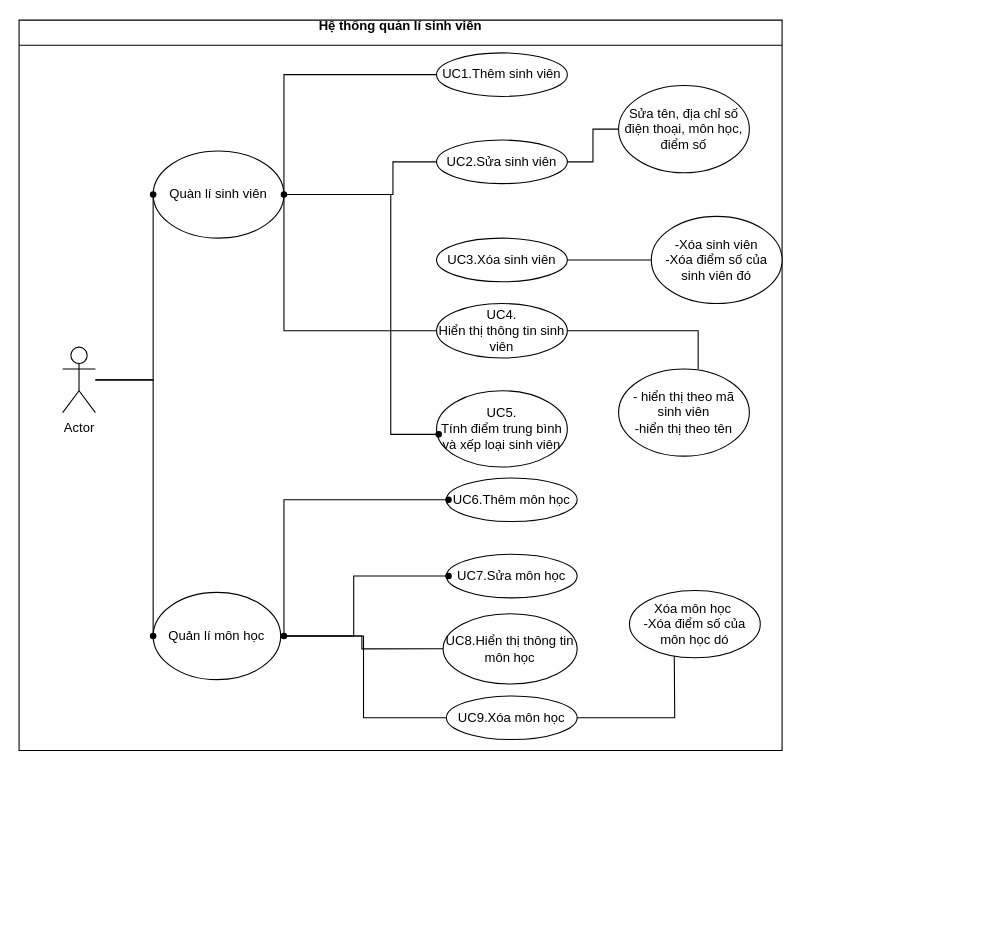
Above: Untitled Diagram.drawio in NguyenMinh1912/test (draw.io), before the change. Source tidied: cells renumbered, new cells numbered last; positions are measured from the earlier drawing's top-left corner, leaving out a move shared by most shapes. Both pictures are drawn from the tidied source at 109%, with x=0, y=0 at pixel (19, 20).
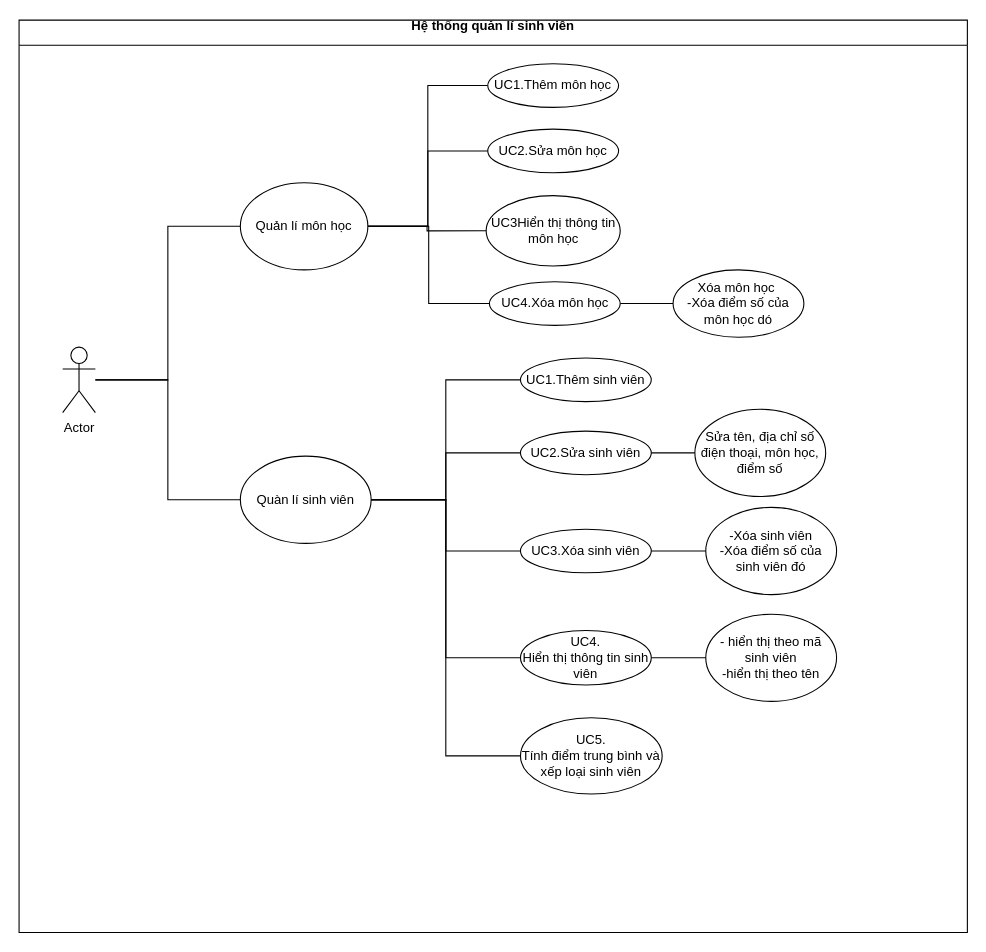
The same page after the edit.

The change refers to these unchanged cells:
```xml
<mxCell id="5" value="Actor" style="shape=umlActor;verticalLabelPosition=bottom;verticalAlign=top;html=1;outlineConnect=0;" parent="2" vertex="1">
  <mxGeometry x="40" y="300" width="30" height="60" as="geometry" />
</mxCell>
```

The edit, as a diff of the source:
```diff
@@
     <mxCell id="2" value="Hệ thống quản lí sinh viên&#10;" style="swimlane;startSize=23;" parent="1" vertex="1">
-      <mxGeometry width="700" height="670" as="geometry" />
+      <mxGeometry width="870" height="837" as="geometry" />
     </mxCell>
-    <mxCell id="3" style="edgeStyle=orthogonalEdgeStyle;rounded=0;jettySize=auto;html=1;endArrow=none;endFill=0;" parent="2" edge="1" source="5" target="24">
-      <mxGeometry relative="1" as="geometry" />
-    </mxCell>
-    <mxCell id="4" style="edgeStyle=orthogonalEdgeStyle;rounded=0;jettySize=auto;html=1;endArrow=none;endFill=0;" parent="2" edge="1" source="5" target="25">
-      <mxGeometry relative="1" as="geometry">
-        <Array as="points">
-          <mxPoint x="123" y="330" />
-        </Array>
-      </mxGeometry>
-    </mxCell>
+    <mxCell id="40" style="edgeStyle=orthogonalEdgeStyle;rounded=0;jettySize=auto;html=1;entryX=0;entryY=0.5;entryDx=0;entryDy=0;endArrow=none;endFill=0;" parent="2" edge="1" source="5" target="7">
+      <mxGeometry relative="1" as="geometry" />
+    </mxCell>
+    <mxCell id="41" style="edgeStyle=orthogonalEdgeStyle;rounded=0;jettySize=auto;html=1;entryX=0;entryY=0.5;entryDx=0;entryDy=0;endArrow=none;endFill=0;" parent="2" edge="1" source="5" target="11">
+      <mxGeometry relative="1" as="geometry" />
+    </mxCell>
@@
-    <mxCell id="6" style="edgeStyle=orthogonalEdgeStyle;rounded=0;jettySize=auto;html=1;endArrow=none;endFill=0;" parent="2" edge="1" source="7" target="34">
-      <mxGeometry relative="1" as="geometry">
-        <Array as="points">
-          <mxPoint x="341" y="160" />
-          <mxPoint x="341" y="380" />
-        </Array>
-      </mxGeometry>
-    </mxCell>
+    <mxCell id="42" style="edgeStyle=orthogonalEdgeStyle;rounded=0;jettySize=auto;html=1;entryX=0;entryY=0.5;entryDx=0;entryDy=0;endArrow=none;endFill=0;" parent="2" edge="1" source="7" target="13">
+      <mxGeometry relative="1" as="geometry" />
+    </mxCell>
+    <mxCell id="43" style="edgeStyle=orthogonalEdgeStyle;rounded=0;jettySize=auto;html=1;entryX=0;entryY=0.5;entryDx=0;entryDy=0;endArrow=none;endFill=0;" parent="2" edge="1" source="7" target="17">
+      <mxGeometry relative="1" as="geometry" />
+    </mxCell>
+    <mxCell id="44" style="edgeStyle=orthogonalEdgeStyle;rounded=0;jettySize=auto;html=1;entryX=0;entryY=0.5;entryDx=0;entryDy=0;endArrow=none;endFill=0;" parent="2" edge="1" source="7" target="33">
+      <mxGeometry relative="1" as="geometry" />
+    </mxCell>
     <mxCell id="7" value="Quàn lí sinh viên" style="ellipse;whiteSpace=wrap;html=1;" parent="2" vertex="1">
-      <mxGeometry x="123" y="120" width="120" height="80" as="geometry" />
+      <mxGeometry x="203" y="400" width="120" height="80" as="geometry" />
     </mxCell>
-    <mxCell id="8" style="edgeStyle=orthogonalEdgeStyle;rounded=0;jettySize=auto;html=1;endArrow=none;endFill=0;entryX=0;entryY=0.5;entryDx=0;entryDy=0;" parent="2" edge="1" source="11" target="30">
-      <mxGeometry relative="1" as="geometry" />
-    </mxCell>
-    <mxCell id="9" style="edgeStyle=orthogonalEdgeStyle;rounded=0;jettySize=auto;html=1;endArrow=none;endFill=0;entryX=0;entryY=0.5;entryDx=0;entryDy=0;" parent="2" edge="1" source="11" target="32">
-      <mxGeometry relative="1" as="geometry" />
-    </mxCell>
-    <mxCell id="10" style="edgeStyle=orthogonalEdgeStyle;rounded=0;jettySize=auto;html=1;entryX=0.356;entryY=0.679;entryDx=0;entryDy=0;entryPerimeter=0;endArrow=none;endFill=0;" parent="2" edge="1" source="11" target="38">
-      <mxGeometry relative="1" as="geometry" />
-    </mxCell>
-    <mxCell id="11" value="Quản lí môn học&lt;br&gt;" style="ellipse;whiteSpace=wrap;html=1;" parent="2" vertex="1">
-      <mxGeometry x="123" y="525" width="117" height="80" as="geometry" />
-    </mxCell>
-    <mxCell id="12" style="edgeStyle=orthogonalEdgeStyle;rounded=0;jettySize=auto;html=1;endArrow=none;endFill=0;" parent="2" edge="1" source="13" target="23">
-      <mxGeometry relative="1" as="geometry" />
-    </mxCell>
     <mxCell id="13" value="UC1.Thêm sinh viên" style="ellipse;whiteSpace=wrap;html=1;" parent="2" vertex="1">
-      <mxGeometry x="383" y="30" width="120" height="40" as="geometry" />
+      <mxGeometry x="460" y="310" width="120" height="40" as="geometry" />
     </mxCell>
     <mxCell id="14" value="UC2.Sửa sinh viên" style="ellipse;whiteSpace=wrap;html=1;" parent="2" vertex="1">
-      <mxGeometry x="383" y="110" width="120" height="40" as="geometry" />
+      <mxGeometry x="460" y="377" width="120" height="40" as="geometry" />
     </mxCell>
-    <mxCell id="15" style="edgeStyle=orthogonalEdgeStyle;rounded=0;jettySize=auto;html=1;endArrow=none;endFill=0;" parent="2" edge="1" source="16" target="20">
-      <mxGeometry relative="1" as="geometry" />
-    </mxCell>
+    <mxCell id="45" style="edgeStyle=orthogonalEdgeStyle;rounded=0;jettySize=auto;html=1;entryX=0;entryY=0.5;entryDx=0;entryDy=0;endArrow=none;endFill=0;" parent="2" edge="1" source="7" target="14">
+      <mxGeometry relative="1" as="geometry" />
+    </mxCell>
     <mxCell id="16" value="UC3.Xóa sinh viên" style="ellipse;whiteSpace=wrap;html=1;" parent="2" vertex="1">
-      <mxGeometry x="383" y="200" width="120" height="40" as="geometry" />
+      <mxGeometry x="460" y="467" width="120" height="40" as="geometry" />
     </mxCell>
+    <mxCell id="46" style="edgeStyle=orthogonalEdgeStyle;rounded=0;jettySize=auto;html=1;entryX=0;entryY=0.5;entryDx=0;entryDy=0;endArrow=none;endFill=0;" parent="2" edge="1" source="7" target="16">
+      <mxGeometry relative="1" as="geometry" />
+    </mxCell>
     <mxCell id="17" value="UC4.&lt;br&gt;Hiển thị thông tin sinh viên" style="ellipse;whiteSpace=wrap;html=1;" parent="2" vertex="1">
-      <mxGeometry x="383" y="260" width="120" height="50" as="geometry" />
+      <mxGeometry x="460" y="560" width="120" height="50" as="geometry" />
     </mxCell>
@@
     <mxCell id="19" value="Sửa tên, địa chỉ số điện thoại, môn học,&lt;br&gt;điểm số&lt;br&gt;" style="ellipse;whiteSpace=wrap;html=1;" parent="2" vertex="1">
-      <mxGeometry x="550" y="60" width="120" height="80" as="geometry" />
+      <mxGeometry x="620" y="357" width="120" height="80" as="geometry" />
     </mxCell>
     <mxCell id="20" value="-Xóa sinh viên&lt;br&gt;-Xóa điểm số của sinh viên đó&lt;br&gt;" style="ellipse;whiteSpace=wrap;html=1;" parent="2" vertex="1">
-      <mxGeometry x="580" y="180" width="120" height="80" as="geometry" />
+      <mxGeometry x="630" y="447" width="120" height="80" as="geometry" />
     </mxCell>
-    <mxCell id="21" style="edgeStyle=orthogonalEdgeStyle;rounded=0;jettySize=auto;html=1;endArrow=none;endFill=0;entryX=0;entryY=0.5;entryDx=0;entryDy=0;" parent="2" edge="1" target="14">
-      <mxGeometry relative="1" as="geometry">
-        <mxPoint x="293" y="160" as="sourcePoint" />
-        <Array as="points">
-          <mxPoint x="243" y="160" />
-          <mxPoint x="343" y="160" />
-          <mxPoint x="343" y="130" />
-        </Array>
-      </mxGeometry>
-    </mxCell>
-    <mxCell id="22" style="edgeStyle=orthogonalEdgeStyle;rounded=0;jettySize=auto;html=1;endArrow=none;endFill=0;entryX=0;entryY=0.5;entryDx=0;entryDy=0;" parent="2" edge="1" source="23" target="17">
-      <mxGeometry relative="1" as="geometry">
-        <Array as="points">
-          <mxPoint x="243" y="285" />
-        </Array>
-      </mxGeometry>
-    </mxCell>
-    <mxCell id="23" style="shape=waypoint;sketch=0;size=6;points=[];fillColor=default;perimeter=centerPerimeter;snapToPoint=1;" parent="2" vertex="1">
-      <mxGeometry x="223" y="140" width="40" height="40" as="geometry" />
-    </mxCell>
-    <mxCell id="24" style="shape=waypoint;sketch=0;size=6;points=[];fillColor=default;perimeter=centerPerimeter;snapToPoint=1;verticalAlign=top;" parent="2" vertex="1">
-      <mxGeometry x="103" y="140" width="40" height="40" as="geometry" />
-    </mxCell>
-    <mxCell id="25" style="shape=waypoint;sketch=0;size=6;points=[];fillColor=default;perimeter=centerPerimeter;snapToPoint=1;verticalAlign=top;" parent="2" vertex="1">
-      <mxGeometry x="103" y="545" width="40" height="40" as="geometry" />
-    </mxCell>
+    <mxCell id="15" style="edgeStyle=orthogonalEdgeStyle;rounded=0;jettySize=auto;html=1;endArrow=none;endFill=0;" parent="2" edge="1" source="16" target="20">
+      <mxGeometry relative="1" as="geometry" />
+    </mxCell>
     <mxCell id="26" value="- hiển thị theo mã sinh viên&lt;br&gt;-hiển thị theo tên" style="ellipse;whiteSpace=wrap;html=1;" parent="2" vertex="1">
-      <mxGeometry x="550" y="320" width="120" height="80" as="geometry" />
+      <mxGeometry x="630" y="545" width="120" height="80" as="geometry" />
     </mxCell>
-    <mxCell id="27" style="edgeStyle=orthogonalEdgeStyle;rounded=0;jettySize=auto;html=1;endArrow=none;endFill=0;" parent="2" edge="1" source="17">
-      <mxGeometry relative="1" as="geometry">
-        <mxPoint x="623" y="320" as="targetPoint" />
-        <Array as="points">
-          <mxPoint x="623" y="285" />
-          <mxPoint x="623" y="320" />
-        </Array>
-      </mxGeometry>
-    </mxCell>
+    <mxCell id="47" style="edgeStyle=orthogonalEdgeStyle;rounded=0;jettySize=auto;html=1;endArrow=none;endFill=0;" parent="2" edge="1" source="17" target="26">
+      <mxGeometry relative="1" as="geometry" />
+    </mxCell>
+    <mxCell id="48" style="edgeStyle=orthogonalEdgeStyle;rounded=0;jettySize=auto;html=1;entryX=0;entryY=0.5;entryDx=0;entryDy=0;endArrow=none;endFill=0;" parent="2" edge="1" source="11" target="29">
+      <mxGeometry relative="1" as="geometry" />
+    </mxCell>
+    <mxCell id="49" style="edgeStyle=orthogonalEdgeStyle;rounded=0;jettySize=auto;html=1;entryX=0;entryY=0.5;entryDx=0;entryDy=0;endArrow=none;endFill=0;" parent="2" edge="1" source="11" target="28">
+      <mxGeometry relative="1" as="geometry" />
+    </mxCell>
+    <mxCell id="11" value="Quản lí môn học" style="ellipse;whiteSpace=wrap;html=1;" parent="2" vertex="1">
+      <mxGeometry x="203" y="149.1" width="117" height="80" as="geometry" />
+    </mxCell>
-    <mxCell id="28" value="UC6.Thêm môn học" style="ellipse;whiteSpace=wrap;html=1;" parent="2" vertex="1">
-      <mxGeometry x="392" y="420" width="120" height="40" as="geometry" />
+    <mxCell id="28" value="UC1.Thêm môn học" style="ellipse;whiteSpace=wrap;html=1;" parent="2" vertex="1">
+      <mxGeometry x="430" y="40" width="120" height="40" as="geometry" />
     </mxCell>
-    <mxCell id="29" value="UC7.Sửa môn học" style="ellipse;whiteSpace=wrap;html=1;" parent="2" vertex="1">
-      <mxGeometry x="392" y="490" width="120" height="40" as="geometry" />
+    <mxCell id="29" value="UC2.Sửa môn học" style="ellipse;whiteSpace=wrap;html=1;" parent="2" vertex="1">
+      <mxGeometry x="430" y="100" width="120" height="40" as="geometry" />
     </mxCell>
-    <mxCell id="30" value="UC8.Hiển thị thông tin môn học" style="ellipse;whiteSpace=wrap;html=1;" parent="2" vertex="1">
-      <mxGeometry x="389" y="544.5" width="123" height="64.5" as="geometry" />
+    <mxCell id="30" value="UC3Hiển thị thông tin môn học" style="ellipse;whiteSpace=wrap;html=1;" parent="2" vertex="1">
+      <mxGeometry x="428.5" y="161" width="123" height="64.5" as="geometry" />
     </mxCell>
-    <mxCell id="31" style="edgeStyle=orthogonalEdgeStyle;rounded=0;jettySize=auto;html=1;entryX=0;entryY=0.5;entryDx=0;entryDy=0;endArrow=none;endFill=0;" parent="2" edge="1" source="32">
-      <mxGeometry relative="1" as="geometry">
-        <mxPoint x="601" y="565.9" as="targetPoint" />
-      </mxGeometry>
-    </mxCell>
+    <mxCell id="8" style="edgeStyle=orthogonalEdgeStyle;rounded=0;jettySize=auto;html=1;endArrow=none;endFill=0;entryX=0;entryY=0.5;entryDx=0;entryDy=0;" parent="2" edge="1" source="11" target="30">
+      <mxGeometry relative="1" as="geometry" />
+    </mxCell>
+    <mxCell id="50" style="edgeStyle=orthogonalEdgeStyle;rounded=0;jettySize=auto;html=1;entryX=0;entryY=0.5;entryDx=0;entryDy=0;endArrow=none;endFill=0;" parent="2" edge="1" source="32" target="39">
+      <mxGeometry relative="1" as="geometry" />
+    </mxCell>
-    <mxCell id="32" value="UC9.Xóa môn học&lt;br&gt;" style="ellipse;whiteSpace=wrap;html=1;" parent="2" vertex="1">
-      <mxGeometry x="392" y="620" width="120" height="40" as="geometry" />
+    <mxCell id="32" value="UC4.Xóa môn học&lt;br&gt;" style="ellipse;whiteSpace=wrap;html=1;" parent="2" vertex="1">
+      <mxGeometry x="431.5" y="240" width="120" height="40" as="geometry" />
     </mxCell>
+    <mxCell id="9" style="edgeStyle=orthogonalEdgeStyle;rounded=0;jettySize=auto;html=1;endArrow=none;endFill=0;entryX=0;entryY=0.5;entryDx=0;entryDy=0;" parent="2" edge="1" source="11" target="32">
+      <mxGeometry relative="1" as="geometry" />
+    </mxCell>
+    <mxCell id="39" value="Xóa môn học&amp;nbsp;&lt;br&gt;-Xóa điểm số của môn học dó&lt;br&gt;" style="ellipse;whiteSpace=wrap;html=1;" parent="2" vertex="1">
+      <mxGeometry x="600" y="229.1" width="120" height="61.8" as="geometry" />
+    </mxCell>
-    <mxCell id="33" value="UC5. &lt;br&gt;Tính điểm trung bình và xếp loại sinh viên" style="ellipse;whiteSpace=wrap;html=1;" parent="2" vertex="1">
-      <mxGeometry x="383" y="340" width="120" height="70" as="geometry" />
+    <mxCell id="33" value="UC5.&lt;br&gt;Tính điểm trung bình và xếp loại sinh viên" style="ellipse;whiteSpace=wrap;html=1;" parent="2" vertex="1">
+      <mxGeometry x="460" y="640" width="130" height="70" as="geometry" />
     </mxCell>
-    <mxCell id="34" style="shape=waypoint;sketch=0;size=6;points=[];fillColor=default;perimeter=centerPerimeter;snapToPoint=1;" parent="2" vertex="1">
-      <mxGeometry x="365" y="360" width="40" height="40" as="geometry" />
-    </mxCell>
-    <mxCell id="35" style="edgeStyle=orthogonalEdgeStyle;rounded=0;jettySize=auto;html=1;endArrow=none;endFill=0;" parent="2" edge="1" source="36" target="37">
-      <mxGeometry relative="1" as="geometry" />
-    </mxCell>
-    <mxCell id="36" style="shape=waypoint;sketch=0;size=6;points=[];fillColor=default;perimeter=centerPerimeter;snapToPoint=1;" parent="2" vertex="1">
-      <mxGeometry x="374" y="420" width="40" height="40" as="geometry" />
-    </mxCell>
-    <mxCell id="37" style="shape=waypoint;sketch=0;size=6;points=[];fillColor=default;perimeter=centerPerimeter;snapToPoint=1;" parent="2" vertex="1">
-      <mxGeometry x="223" y="545" width="40" height="40" as="geometry" />
-    </mxCell>
-    <mxCell id="38" style="shape=waypoint;sketch=0;size=6;points=[];fillColor=default;perimeter=centerPerimeter;snapToPoint=1;" parent="2" vertex="1">
-      <mxGeometry x="374" y="490" width="40" height="40" as="geometry" />
-    </mxCell>
-    <mxCell id="39" value="Xóa môn học&amp;nbsp;&lt;br&gt;-Xóa điểm số của môn học dó&lt;br&gt;" style="ellipse;whiteSpace=wrap;html=1;" parent="2" vertex="1">
-      <mxGeometry x="560" y="523.2" width="120" height="61.8" as="geometry" />
-    </mxCell>
```
